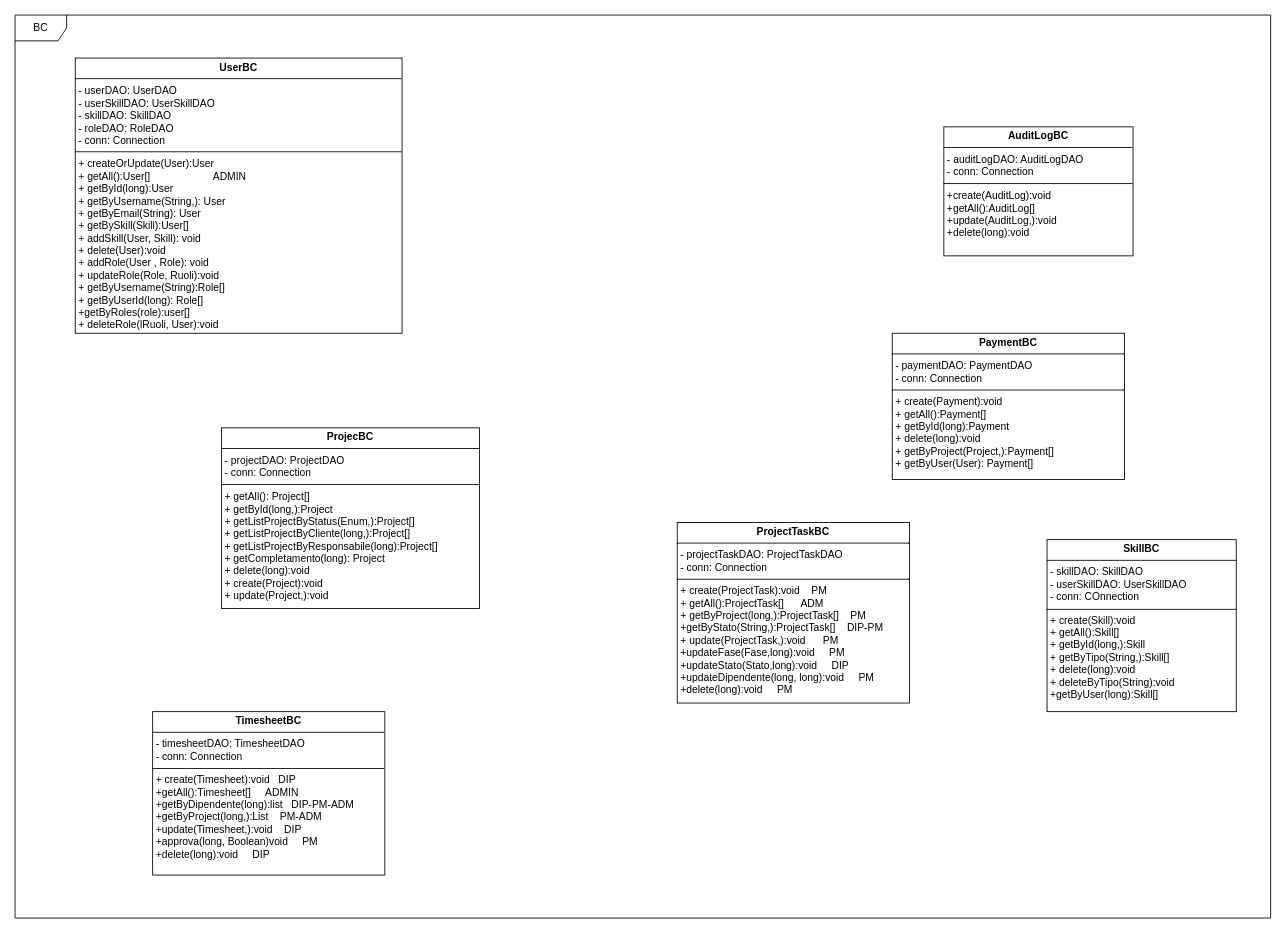
Before: page "BC" (2 of 3) of gestione_progetti_uml.drawio in davide-vigano-tas/gestione_progetti, a draw.io diagram. Source tidied: cells renumbered, new cells numbered last; positions are measured from the earlier drawing's top-left corner, leaving out a move shared by most shapes. Both pictures are drawn from the tidied source at 86%, with x=0, y=0 at pixel (15, 15).
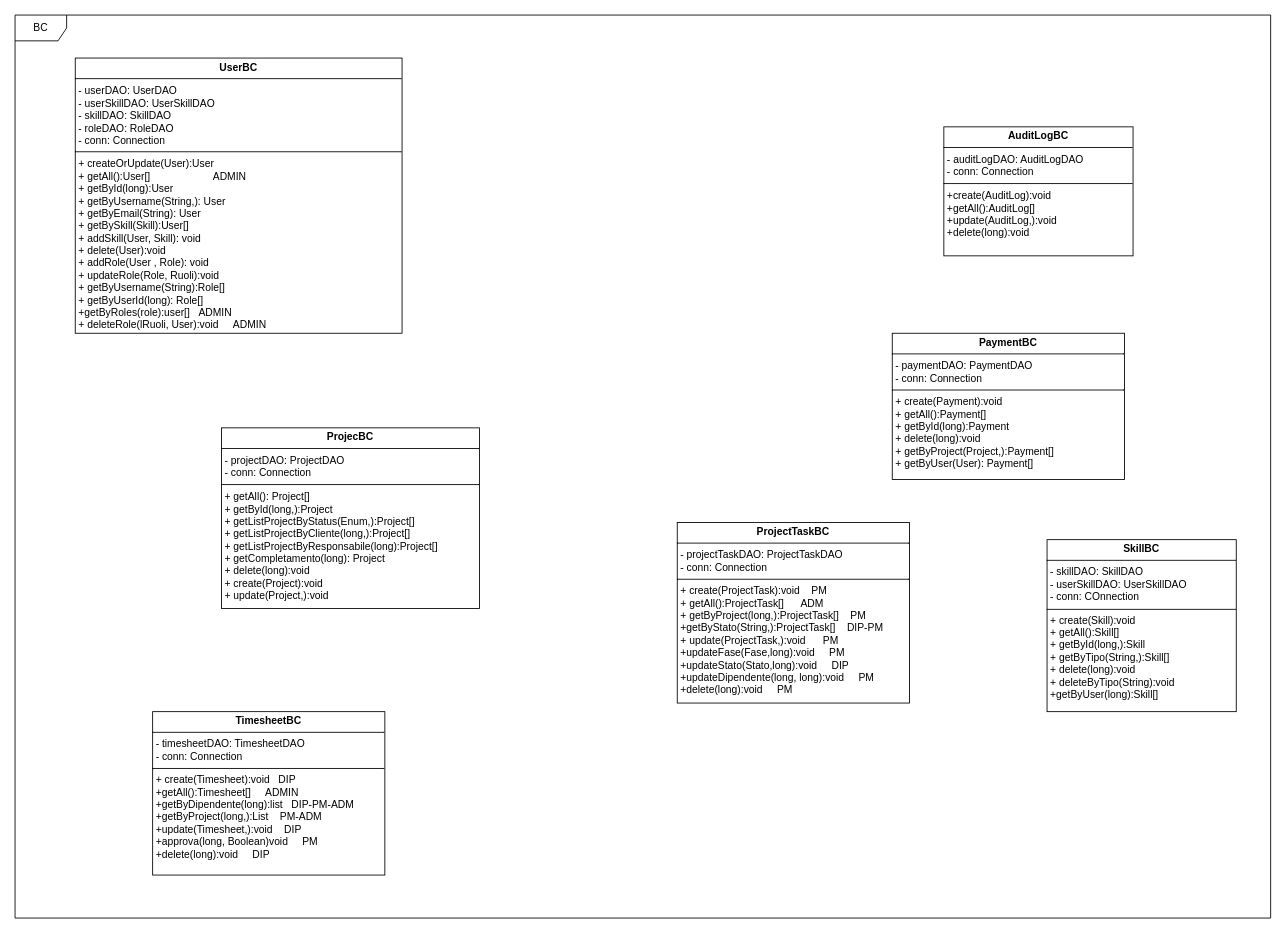
After the change.

Change to the diagram source:
```diff
@@
 <mxGraphModel>
   <root>
     <mxCell id="0" />
     <mxCell id="1" parent="0" />
-    <mxCell id="2" value="&lt;p style=&quot;margin:0px;margin-top:4px;text-align:center;&quot;&gt;&lt;b style=&quot;background-color: light-dark(#ffffff, var(--ge-dark-color, #121212));&quot;&gt;&lt;font style=&quot;color: rgb(0, 0, 0);&quot;&gt;UserBC&lt;/font&gt;&lt;/b&gt;&lt;/p&gt;&lt;hr size=&quot;1&quot; style=&quot;border-style:solid;&quot;&gt;&lt;p style=&quot;margin:0px;margin-left:4px;&quot;&gt;- userDAO: UserDAO&lt;/p&gt;&lt;p style=&quot;margin:0px;margin-left:4px;&quot;&gt;- userSkillDAO: UserSkillDAO&lt;/p&gt;&lt;p style=&quot;margin:0px;margin-left:4px;&quot;&gt;- skillDAO: SkillDAO&lt;/p&gt;&lt;p style=&quot;margin:0px;margin-left:4px;&quot;&gt;- roleDAO: RoleDAO&lt;/p&gt;&lt;p style=&quot;margin:0px;margin-left:4px;&quot;&gt;- conn: Connection&lt;/p&gt;&lt;hr size=&quot;1&quot; style=&quot;border-style:solid;&quot;&gt;&lt;p style=&quot;margin:0px;margin-left:4px;&quot;&gt;+ createOrUpdate(User):User&amp;nbsp;&lt;/p&gt;&lt;p style=&quot;margin:0px;margin-left:4px;&quot;&gt;+ getAll():User[]&amp;nbsp; &amp;nbsp; &amp;nbsp; &amp;nbsp; &amp;nbsp; &amp;nbsp; &amp;nbsp; &amp;nbsp; &amp;nbsp; &amp;nbsp; &amp;nbsp; ADMIN&lt;/p&gt;&lt;p style=&quot;margin:0px;margin-left:4px;&quot;&gt;+ getById(long):User&lt;/p&gt;&lt;p style=&quot;margin:0px;margin-left:4px;&quot;&gt;+ getByUsername(String,): User&lt;/p&gt;&lt;p style=&quot;margin:0px;margin-left:4px;&quot;&gt;+&amp;nbsp;&lt;span style=&quot;background-color: transparent; color: light-dark(rgb(0, 0, 0), rgb(255, 255, 255));&quot;&gt;getByEmail(String): User&lt;/span&gt;&lt;/p&gt;&lt;p style=&quot;margin:0px;margin-left:4px;&quot;&gt;+ getBySkill(Skill):User[]&lt;/p&gt;&lt;p style=&quot;margin:0px;margin-left:4px;&quot;&gt;+ addSkill(User, Skill): void&lt;/p&gt;&lt;p style=&quot;margin:0px;margin-left:4px;&quot;&gt;+ delete(User):void&lt;/p&gt;&lt;p style=&quot;margin:0px;margin-left:4px;&quot;&gt;+ addRole(User , Role): void&lt;/p&gt;&lt;p style=&quot;margin:0px;margin-left:4px;&quot;&gt;+ updateRole(Role, Ruoli):void&lt;/p&gt;&lt;p style=&quot;margin: 0px 0px 0px 4px;&quot;&gt;+ getByUsername(String):Role[]&lt;/p&gt;&lt;p style=&quot;margin: 0px 0px 0px 4px;&quot;&gt;+ getByUserId(long): Role[]&lt;/p&gt;&lt;p style=&quot;margin: 0px 0px 0px 4px;&quot;&gt;+getByRoles(role):user[]&lt;/p&gt;&lt;p style=&quot;margin: 0px 0px 0px 4px;&quot;&gt;+ deleteRole(lRuoli, User):void&lt;/p&gt;" style="verticalAlign=top;align=left;overflow=fill;html=1;whiteSpace=wrap;" parent="1" vertex="1">
+    <mxCell id="2" value="&lt;p style=&quot;margin:0px;margin-top:4px;text-align:center;&quot;&gt;&lt;b style=&quot;background-color: light-dark(#ffffff, var(--ge-dark-color, #121212));&quot;&gt;&lt;font style=&quot;color: rgb(0, 0, 0);&quot;&gt;UserBC&lt;/font&gt;&lt;/b&gt;&lt;/p&gt;&lt;hr size=&quot;1&quot; style=&quot;border-style:solid;&quot;&gt;&lt;p style=&quot;margin:0px;margin-left:4px;&quot;&gt;- userDAO: UserDAO&lt;/p&gt;&lt;p style=&quot;margin:0px;margin-left:4px;&quot;&gt;- userSkillDAO: UserSkillDAO&lt;/p&gt;&lt;p style=&quot;margin:0px;margin-left:4px;&quot;&gt;- skillDAO: SkillDAO&lt;/p&gt;&lt;p style=&quot;margin:0px;margin-left:4px;&quot;&gt;- roleDAO: RoleDAO&lt;/p&gt;&lt;p style=&quot;margin:0px;margin-left:4px;&quot;&gt;- conn: Connection&lt;/p&gt;&lt;hr size=&quot;1&quot; style=&quot;border-style:solid;&quot;&gt;&lt;p style=&quot;margin:0px;margin-left:4px;&quot;&gt;+ createOrUpdate(User):User&amp;nbsp;&lt;/p&gt;&lt;p style=&quot;margin:0px;margin-left:4px;&quot;&gt;+ getAll():User[]&amp;nbsp; &amp;nbsp; &amp;nbsp; &amp;nbsp; &amp;nbsp; &amp;nbsp; &amp;nbsp; &amp;nbsp; &amp;nbsp; &amp;nbsp; &amp;nbsp; ADMIN&lt;/p&gt;&lt;p style=&quot;margin:0px;margin-left:4px;&quot;&gt;+ getById(long):User&lt;/p&gt;&lt;p style=&quot;margin:0px;margin-left:4px;&quot;&gt;+ getByUsername(String,): User&lt;/p&gt;&lt;p style=&quot;margin:0px;margin-left:4px;&quot;&gt;+&amp;nbsp;&lt;span style=&quot;background-color: transparent; color: light-dark(rgb(0, 0, 0), rgb(255, 255, 255));&quot;&gt;getByEmail(String): User&lt;/span&gt;&lt;/p&gt;&lt;p style=&quot;margin:0px;margin-left:4px;&quot;&gt;+ getBySkill(Skill):User[]&lt;/p&gt;&lt;p style=&quot;margin:0px;margin-left:4px;&quot;&gt;+ addSkill(User, Skill): void&lt;/p&gt;&lt;p style=&quot;margin:0px;margin-left:4px;&quot;&gt;+ delete(User):void&lt;/p&gt;&lt;p style=&quot;margin:0px;margin-left:4px;&quot;&gt;+ addRole(User , Role): void&lt;/p&gt;&lt;p style=&quot;margin:0px;margin-left:4px;&quot;&gt;+ updateRole(Role, Ruoli):void&lt;/p&gt;&lt;p style=&quot;margin: 0px 0px 0px 4px;&quot;&gt;+ getByUsername(String):Role[]&lt;/p&gt;&lt;p style=&quot;margin: 0px 0px 0px 4px;&quot;&gt;+ getByUserId(long): Role[]&lt;/p&gt;&lt;p style=&quot;margin: 0px 0px 0px 4px;&quot;&gt;+getByRoles(role):user[]&amp;nbsp; &amp;nbsp;ADMIN&lt;/p&gt;&lt;p style=&quot;margin: 0px 0px 0px 4px;&quot;&gt;+ deleteRole(lRuoli, User):void&amp;nbsp; &amp;nbsp; &amp;nbsp;ADMIN&lt;/p&gt;" style="verticalAlign=top;align=left;overflow=fill;html=1;whiteSpace=wrap;" parent="1" vertex="1">
       <mxGeometry x="70" y="50" width="380" height="320" as="geometry" />
     </mxCell>
     <mxCell id="3" value="&lt;p style=&quot;margin:0px;margin-top:4px;text-align:center;&quot;&gt;&lt;span style=&quot;background-color: rgb(255, 255, 255);&quot;&gt;&lt;b&gt;AuditLogBC&lt;/b&gt;&lt;/span&gt;&lt;/p&gt;&lt;hr size=&quot;1&quot; style=&quot;border-style:solid;&quot;&gt;&lt;p style=&quot;margin:0px;margin-left:4px;&quot;&gt;- auditLogDAO: AuditLogDAO&lt;/p&gt;&lt;p style=&quot;margin:0px;margin-left:4px;&quot;&gt;- conn: Connection&lt;/p&gt;&lt;hr size=&quot;1&quot; style=&quot;border-style:solid;&quot;&gt;&lt;p style=&quot;margin:0px;margin-left:4px;&quot;&gt;+create(AuditLog):void&lt;/p&gt;&lt;p style=&quot;margin:0px;margin-left:4px;&quot;&gt;+getAll():AuditLog[]&lt;/p&gt;&lt;p style=&quot;margin:0px;margin-left:4px;&quot;&gt;+update(AuditLog,):void&lt;/p&gt;&lt;p style=&quot;margin:0px;margin-left:4px;&quot;&gt;+delete(long):void&lt;/p&gt;" style="verticalAlign=top;align=left;overflow=fill;html=1;whiteSpace=wrap;" parent="1" vertex="1">
       <mxGeometry x="1080" y="130" width="220" height="150" as="geometry" />
     </mxCell>
     <mxCell id="4" value="&lt;p style=&quot;margin:0px;margin-top:4px;text-align:center;&quot;&gt;&lt;b style=&quot;background-color: light-dark(#ffffff, var(--ge-dark-color, #121212));&quot;&gt;&lt;font style=&quot;color: rgb(0, 0, 0);&quot;&gt;ProjecBC&lt;/font&gt;&lt;/b&gt;&lt;/p&gt;&lt;hr size=&quot;1&quot; style=&quot;border-style:solid;&quot;&gt;&lt;p style=&quot;margin:0px;margin-left:4px;&quot;&gt;- projectDAO: ProjectDAO&lt;/p&gt;&lt;p style=&quot;margin:0px;margin-left:4px;&quot;&gt;- conn: Connection&lt;/p&gt;&lt;hr size=&quot;1&quot; style=&quot;border-style:solid;&quot;&gt;&lt;p style=&quot;margin:0px;margin-left:4px;&quot;&gt;+ getAll(): Project[]&lt;/p&gt;&lt;p style=&quot;margin: 0px 0px 0px 4px;&quot;&gt;+ getById(long,):Project&lt;/p&gt;&lt;p style=&quot;margin: 0px 0px 0px 4px;&quot;&gt;+ getListProjectByStatus(Enum,):Project[]&lt;/p&gt;&lt;p style=&quot;margin: 0px 0px 0px 4px;&quot;&gt;+ getListProjectByCliente(long,):Project[]&lt;/p&gt;&lt;p style=&quot;margin: 0px 0px 0px 4px;&quot;&gt;+ getListProjectByResponsabile(long):Project[]&lt;/p&gt;&lt;p style=&quot;margin: 0px 0px 0px 4px;&quot;&gt;+ getCompletamento(long): Project&lt;/p&gt;&lt;p style=&quot;margin: 0px 0px 0px 4px;&quot;&gt;+&amp;nbsp;&lt;span style=&quot;background-color: transparent; color: light-dark(rgb(0, 0, 0), rgb(255, 255, 255));&quot;&gt;delete(long):void&lt;/span&gt;&lt;/p&gt;&lt;p style=&quot;margin: 0px 0px 0px 4px;&quot;&gt;&lt;span style=&quot;background-color: transparent; color: light-dark(rgb(0, 0, 0), rgb(255, 255, 255));&quot;&gt;+&amp;nbsp;&lt;/span&gt;&lt;span style=&quot;background-color: transparent; color: light-dark(rgb(0, 0, 0), rgb(255, 255, 255));&quot;&gt;create(Project):void&lt;/span&gt;&lt;/p&gt;&lt;p style=&quot;margin: 0px 0px 0px 4px;&quot;&gt;&lt;span style=&quot;color: light-dark(rgb(0, 0, 0), rgb(255, 255, 255)); background-color: transparent;&quot;&gt;+&amp;nbsp;&lt;/span&gt;&lt;span style=&quot;color: light-dark(rgb(0, 0, 0), rgb(255, 255, 255)); background-color: transparent;&quot;&gt;update(Project,):void&lt;/span&gt;&lt;span style=&quot;background-color: transparent; color: light-dark(rgb(0, 0, 0), rgb(255, 255, 255));&quot;&gt;&lt;/span&gt;&lt;/p&gt;&lt;div&gt;&lt;br&gt;&lt;/div&gt;" style="verticalAlign=top;align=left;overflow=fill;html=1;whiteSpace=wrap;" parent="1" vertex="1">
       <mxGeometry x="240" y="480" width="300" height="210" as="geometry" />
     </mxCell>
     <mxCell id="5" value="&lt;p style=&quot;margin:0px;margin-top:4px;text-align:center;&quot;&gt;&lt;span style=&quot;background-color: rgb(255, 255, 255);&quot;&gt;&lt;b&gt;ProjectTaskBC&lt;/b&gt;&lt;/span&gt;&lt;/p&gt;&lt;hr size=&quot;1&quot; style=&quot;border-style:solid;&quot;&gt;&lt;p style=&quot;margin:0px;margin-left:4px;&quot;&gt;- projectTaskDAO: ProjectTaskDAO&lt;/p&gt;&lt;p style=&quot;margin:0px;margin-left:4px;&quot;&gt;- conn: Connection&lt;/p&gt;&lt;hr size=&quot;1&quot; style=&quot;border-style:solid;&quot;&gt;&lt;p style=&quot;margin:0px;margin-left:4px;&quot;&gt;+ create(ProjectTask):void&amp;nbsp; &amp;nbsp; PM&lt;/p&gt;&lt;p style=&quot;margin:0px;margin-left:4px;&quot;&gt;+ getAll():ProjectTask[]&amp;nbsp; &amp;nbsp; &amp;nbsp; ADM&lt;/p&gt;&lt;p style=&quot;margin:0px;margin-left:4px;&quot;&gt;+ getByProject(long,):ProjectTask[]&amp;nbsp; &amp;nbsp; PM&lt;/p&gt;&lt;p style=&quot;margin:0px;margin-left:4px;&quot;&gt;+getByStato(String,):ProjectTask[]&amp;nbsp; &amp;nbsp; DIP-PM&lt;/p&gt;&lt;p style=&quot;margin:0px;margin-left:4px;&quot;&gt;+ update(ProjectTask,):void&amp;nbsp; &amp;nbsp; &amp;nbsp; PM&lt;/p&gt;&lt;p style=&quot;margin:0px;margin-left:4px;&quot;&gt;+updateFase(Fase,long):void&amp;nbsp; &amp;nbsp; &amp;nbsp;PM&lt;/p&gt;&lt;p style=&quot;margin:0px;margin-left:4px;&quot;&gt;+updateStato(Stato,long):void&amp;nbsp; &amp;nbsp; &amp;nbsp;DIP&lt;/p&gt;&lt;p style=&quot;margin:0px;margin-left:4px;&quot;&gt;+updateDipendente(long, long):void&amp;nbsp; &amp;nbsp; &amp;nbsp;PM&lt;/p&gt;&lt;p style=&quot;margin:0px;margin-left:4px;&quot;&gt;+delete(long):void&amp;nbsp; &amp;nbsp; &amp;nbsp;PM&lt;/p&gt;" style="verticalAlign=top;align=left;overflow=fill;html=1;whiteSpace=wrap;" parent="1" vertex="1">
       <mxGeometry x="770" y="590" width="270" height="210" as="geometry" />
     </mxCell>
     <mxCell id="6" value="&lt;p style=&quot;margin:0px;margin-top:4px;text-align:center;&quot;&gt;&lt;b style=&quot;background-color: light-dark(#ffffff, var(--ge-dark-color, #121212));&quot;&gt;&lt;font style=&quot;color: rgb(0, 0, 0);&quot;&gt;SkillBC&lt;/font&gt;&lt;/b&gt;&lt;/p&gt;&lt;hr size=&quot;1&quot; style=&quot;border-style:solid;&quot;&gt;&lt;p style=&quot;margin:0px;margin-left:4px;&quot;&gt;- skillDAO: SkillDAO&lt;/p&gt;&lt;p style=&quot;margin:0px;margin-left:4px;&quot;&gt;- userSkillDAO: UserSkillDAO&lt;/p&gt;&lt;p style=&quot;margin:0px;margin-left:4px;&quot;&gt;- conn: COnnection&lt;/p&gt;&lt;hr size=&quot;1&quot; style=&quot;border-style:solid;&quot;&gt;&lt;p style=&quot;margin:0px;margin-left:4px;&quot;&gt;+ create(Skill):void&lt;/p&gt;&lt;p style=&quot;margin:0px;margin-left:4px;&quot;&gt;+ getAll():Skill[]&lt;/p&gt;&lt;p style=&quot;margin:0px;margin-left:4px;&quot;&gt;+ getById(long,):Skill&lt;/p&gt;&lt;p style=&quot;margin:0px;margin-left:4px;&quot;&gt;+ getByTipo(String,):Skill[]&lt;/p&gt;&lt;p style=&quot;margin:0px;margin-left:4px;&quot;&gt;+ delete(long):void&lt;/p&gt;&lt;p style=&quot;margin:0px;margin-left:4px;&quot;&gt;+ deleteByTipo(String):void&lt;/p&gt;&lt;p style=&quot;margin:0px;margin-left:4px;&quot;&gt;+getByUser(long):Skill[]&lt;/p&gt;" style="verticalAlign=top;align=left;overflow=fill;html=1;whiteSpace=wrap;" parent="1" vertex="1">
       <mxGeometry x="1200" y="610" width="220" height="200" as="geometry" />
     </mxCell>
     <mxCell id="7" value="&lt;p style=&quot;margin:0px;margin-top:4px;text-align:center;&quot;&gt;&lt;b style=&quot;background-color: light-dark(#ffffff, var(--ge-dark-color, #121212));&quot;&gt;&lt;font style=&quot;color: rgb(0, 0, 0);&quot;&gt;PaymentBC&lt;/font&gt;&lt;/b&gt;&lt;/p&gt;&lt;hr size=&quot;1&quot; style=&quot;border-style:solid;&quot;&gt;&lt;p style=&quot;margin:0px;margin-left:4px;&quot;&gt;- paymentDAO: PaymentDAO&lt;/p&gt;&lt;p style=&quot;margin:0px;margin-left:4px;&quot;&gt;- conn: Connection&lt;/p&gt;&lt;hr size=&quot;1&quot; style=&quot;border-style:solid;&quot;&gt;&lt;p style=&quot;margin:0px;margin-left:4px;&quot;&gt;+ create(Payment):void&lt;/p&gt;&lt;p style=&quot;margin:0px;margin-left:4px;&quot;&gt;+ getAll():Payment[]&lt;/p&gt;&lt;p style=&quot;margin:0px;margin-left:4px;&quot;&gt;+ getById(long):Payment&lt;/p&gt;&lt;p style=&quot;margin:0px;margin-left:4px;&quot;&gt;+ delete(long):void&lt;/p&gt;&lt;p style=&quot;margin:0px;margin-left:4px;&quot;&gt;+ getByProject(Project,):Payment[]&lt;/p&gt;&lt;p style=&quot;margin:0px;margin-left:4px;&quot;&gt;+ getByUser(User): Payment[]&lt;/p&gt;&lt;p style=&quot;margin:0px;margin-left:4px;&quot;&gt;&lt;br&gt;&lt;/p&gt;" style="verticalAlign=top;align=left;overflow=fill;html=1;whiteSpace=wrap;" parent="1" vertex="1">
       <mxGeometry x="1020" y="370" width="270" height="170" as="geometry" />
     </mxCell>
     <mxCell id="8" value="&lt;p style=&quot;margin:0px;margin-top:4px;text-align:center;&quot;&gt;&lt;span style=&quot;background-color: rgb(255, 255, 255);&quot;&gt;&lt;b&gt;TimesheetBC&lt;/b&gt;&lt;/span&gt;&lt;/p&gt;&lt;hr size=&quot;1&quot; style=&quot;border-style:solid;&quot;&gt;&lt;p style=&quot;margin:0px;margin-left:4px;&quot;&gt;- timesheetDAO: TimesheetDAO&lt;/p&gt;&lt;p style=&quot;margin:0px;margin-left:4px;&quot;&gt;- conn: Connection&lt;/p&gt;&lt;hr size=&quot;1&quot; style=&quot;border-style:solid;&quot;&gt;&lt;p style=&quot;margin:0px;margin-left:4px;&quot;&gt;+ create(Timesheet):void&amp;nbsp; &amp;nbsp;DIP&lt;/p&gt;&lt;p style=&quot;margin:0px;margin-left:4px;&quot;&gt;+getAll():Timesheet[]&amp;nbsp; &amp;nbsp; &amp;nbsp;ADMIN&lt;/p&gt;&lt;p style=&quot;margin:0px;margin-left:4px;&quot;&gt;+getByDipendente(long):list&amp;nbsp; &amp;nbsp;DIP-PM-ADM&lt;/p&gt;&lt;p style=&quot;margin:0px;margin-left:4px;&quot;&gt;+getByProject(long,):List&amp;nbsp; &amp;nbsp; PM-ADM&lt;/p&gt;&lt;p style=&quot;margin:0px;margin-left:4px;&quot;&gt;+update(Timesheet,):void&amp;nbsp; &amp;nbsp; DIP&lt;/p&gt;&lt;p style=&quot;margin:0px;margin-left:4px;&quot;&gt;+approva(long, Boolean)void&amp;nbsp; &amp;nbsp; &amp;nbsp;PM&lt;/p&gt;&lt;p style=&quot;margin:0px;margin-left:4px;&quot;&gt;+delete(long):void&amp;nbsp; &amp;nbsp; &amp;nbsp;DIP&lt;/p&gt;" style="verticalAlign=top;align=left;overflow=fill;html=1;whiteSpace=wrap;" parent="1" vertex="1">
       <mxGeometry x="160" y="810" width="270" height="190" as="geometry" />
     </mxCell>
     <mxCell id="9" value="BC" style="shape=umlFrame;whiteSpace=wrap;html=1;" parent="1" vertex="1">
       <mxGeometry width="1460" height="1050" as="geometry" />
     </mxCell>
   </root>
 </mxGraphModel>
```
